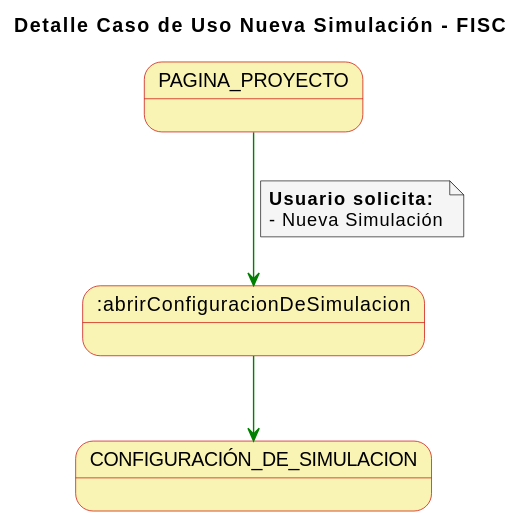
mmasias/23-24-IdSw1-SDR keeps this PlantUML diagram as imagenes/casosDeUso/detallesCasosUso/detalleCasoUsoCrearSimulacion.svg. Above is the earlier version. Its diagram source:
```plantuml
@startuml
skinparam state {
  BackgroundColor #faf4b4
  BorderColor #c90000
}

skinparam note {
  BackgroundColor #f5f5f5
}

skinparam linetype polyline

title Detalle Caso de Uso Nueva Simulación - FISC


PAGINA_PROYECTO-[#green]-> :abrirConfiguracionDeSimulacion
note on link
  **Usuario solicita:**
  - Nueva Simulación
end note

:abrirConfiguracionDeSimulacion -[#green]-> CONFIGURACIÓN_DE_SIMULACION
@enduml
```
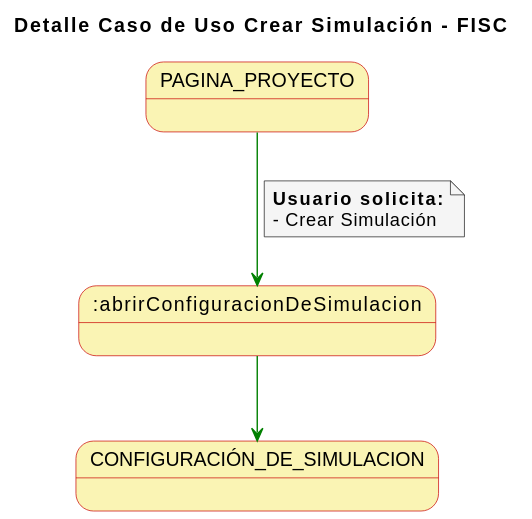
After the commit.

Commit message:
detalle crear simulacion y md

The edit, as a diff of the source:
```diff
@@ -10,13 +10,13 @@
 
 skinparam linetype polyline
 
-title Detalle Caso de Uso Nueva Simulación - FISC
+title Detalle Caso de Uso Crear Simulación - FISC
 
 
 PAGINA_PROYECTO-[#green]-> :abrirConfiguracionDeSimulacion
 note on link
   **Usuario solicita:**
-  - Nueva Simulación
+  - Crear Simulación
 end note
 
 :abrirConfiguracionDeSimulacion -[#green]-> CONFIGURACIÓN_DE_SIMULACION
```
